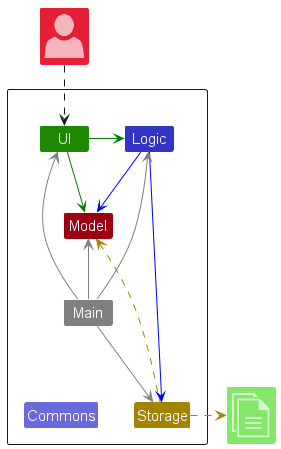
The PlantUML diagram docs/images/ArchitectureDiagram.png in nus-cs2103-AY2425S1/tp, before a commit.
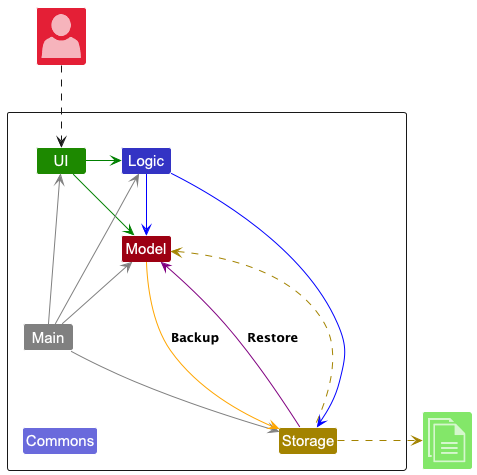
The same file after the commit.

What changed in the source:
```diff
@@ -30,4 +30,8 @@
 Storage -up[STORAGE_COLOR].> Model
 Storage .right[STORAGE_COLOR].>File
 User ..> UI
+
+Model -[#orange]-> Storage : Backup
+Model <-[#purple]- Storage : Restore
+
 @enduml
```
